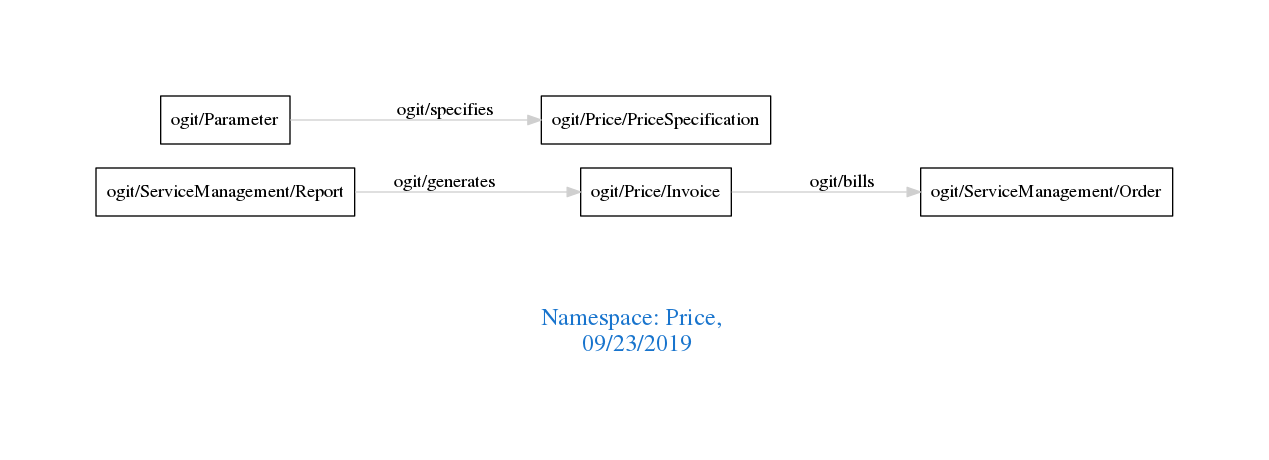
Earlier version of the Graphviz export downloads/Price.png (arago/OGIT). Its source is kept beside it as downloads/Price.dot.
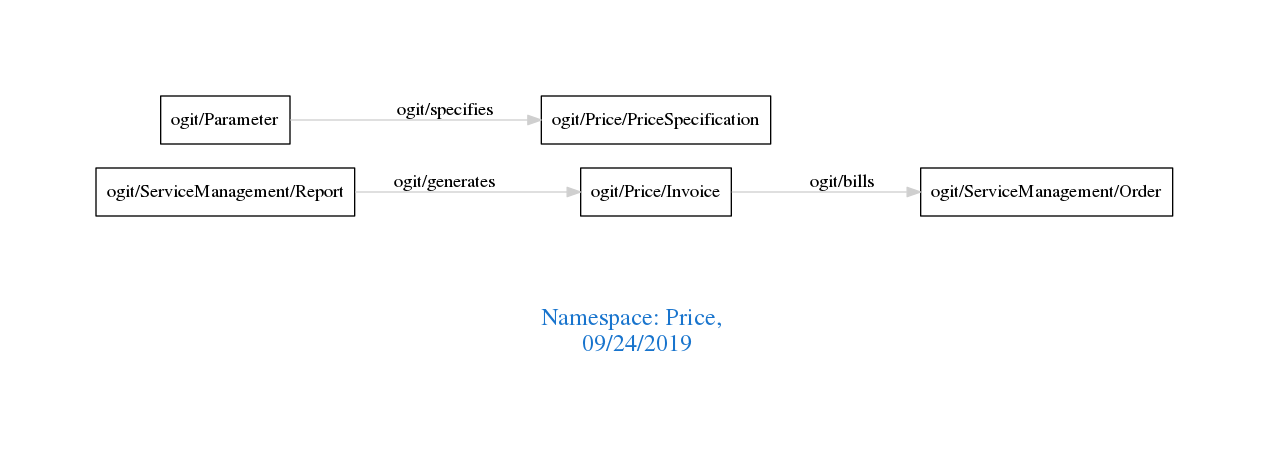
After the commit.

What changed in the source:
```diff
@@ -1,7 +1,7 @@
 digraph OGIT_ontology {
  graph [ rankdir= LR,pad=1
 fontsize = 18,
-fontcolor= dodgerblue3,label = "\n\n\nNamespace: Price, \n 09/23/2019"];
+fontcolor= dodgerblue3,label = "\n\n\nNamespace: Price, \n 09/24/2019"];
 node[shape=polygon];
 edge [  color="gray81"];
 
```
